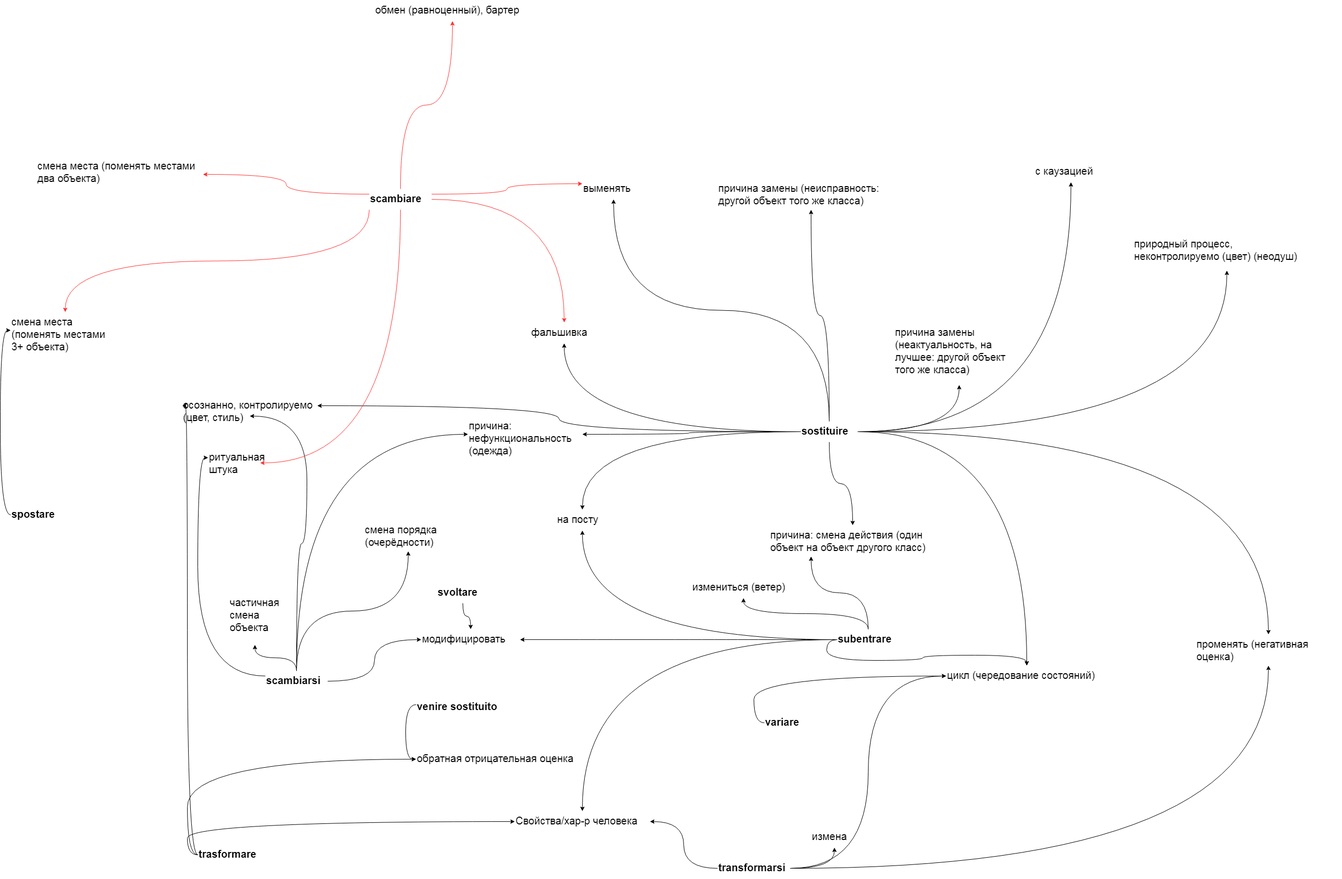
Before: обмен3.png, a diagram exported from draw.io (JanaKoko/try). Source tidied: cells renumbered, new cells last; positions are measured from the earlier drawing's top-left corner, leaving out a move shared by most shapes.
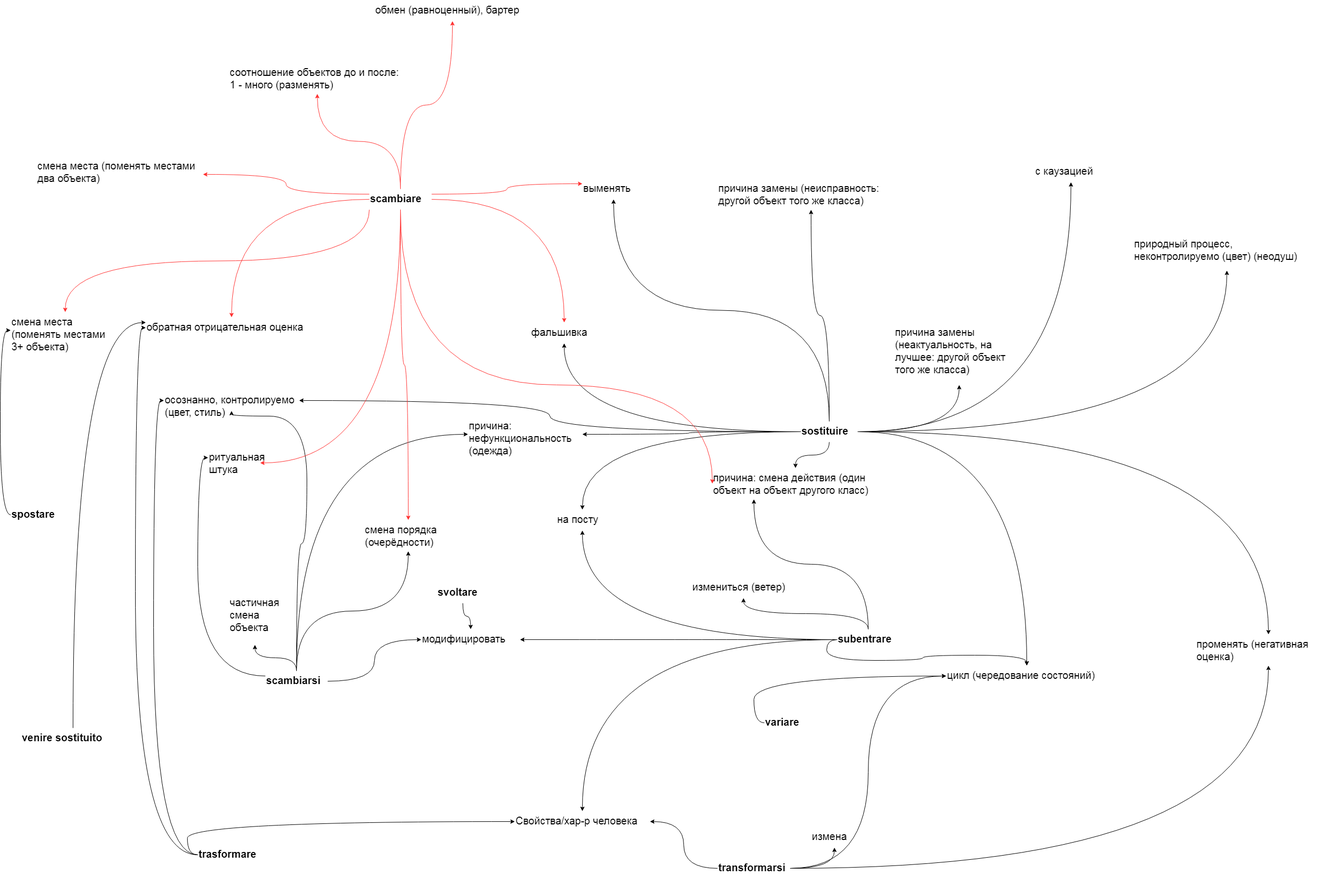
Later version of the same file.

What changed in the source:
```diff
@@ -2,14 +2,14 @@
   <root>
     <mxCell id="0" />
     <mxCell id="1" parent="0" />
-    <mxCell id="2" style="edgeStyle=orthogonalEdgeStyle;rounded=0;jettySize=auto;html=1;entryX=0;entryY=0.5;entryDx=0;entryDy=0;fontSize=20;curved=1;exitX=0;exitY=0.5;exitDx=0;exitDy=0;" parent="1" edge="1" source="3" target="4">
+    <mxCell id="2" style="edgeStyle=orthogonalEdgeStyle;curved=1;rounded=0;jettySize=auto;html=1;exitX=0.5;exitY=0;exitDx=0;exitDy=0;entryX=0;entryY=0.25;entryDx=0;entryDy=0;strokeColor=#000000;fontSize=20;" parent="1" edge="1" source="3" target="4">
       <mxGeometry relative="1" as="geometry" />
     </mxCell>
     <mxCell id="3" value="venire sostituito" style="text;whiteSpace=wrap;html=1;fontSize=20;fontStyle=1;" parent="1" vertex="1">
-      <mxGeometry x="780" y="1340" width="200" height="30" as="geometry" />
+      <mxGeometry x="20" y="1400" width="200" height="30" as="geometry" />
     </mxCell>
     <mxCell id="4" value="обратная отрицательная оценка" style="text;whiteSpace=wrap;html=1;fontSize=20;" parent="1" vertex="1">
-      <mxGeometry x="780" y="1440" width="330" height="40" as="geometry" />
+      <mxGeometry x="260" y="610" width="330" height="40" as="geometry" />
     </mxCell>
     <mxCell id="5" style="edgeStyle=orthogonalEdgeStyle;curved=1;rounded=0;jettySize=auto;html=1;exitX=0;exitY=0.5;exitDx=0;exitDy=0;entryX=0;entryY=0.5;entryDx=0;entryDy=0;fontSize=20;" parent="1" edge="1" source="6" target="7">
       <mxGeometry relative="1" as="geometry" />
@@ -33,7 +33,7 @@
       <mxGeometry x="360" y="1624" width="130" height="40" as="geometry" />
     </mxCell>
     <mxCell id="12" value="осознанно, контролируемо (цвет, стиль)" style="text;whiteSpace=wrap;html=1;fontSize=20;" parent="1" vertex="1">
-      <mxGeometry x="330" y="760" width="260" height="40" as="geometry" />
+      <mxGeometry x="295" y="750" width="260" height="40" as="geometry" />
     </mxCell>
     <mxCell id="13" value="Свойства/хар-р человека" style="text;whiteSpace=wrap;html=1;fontSize=20;" parent="1" vertex="1">
       <mxGeometry x="970" y="1560" width="260" height="40" as="geometry" />
@@ -93,7 +93,7 @@
       <mxGeometry x="1050" y="980" width="100" height="40" as="geometry" />
     </mxCell>
     <mxCell id="32" value="причина: смена действия (один объект на объект другого класс)" style="text;whiteSpace=wrap;html=1;fontSize=20;" parent="1" vertex="1">
-      <mxGeometry x="1460" y="1010" width="320" height="60" as="geometry" />
+      <mxGeometry x="1350" y="900" width="320" height="60" as="geometry" />
     </mxCell>
     <mxCell id="33" value="измениться (ветер)" style="text;whiteSpace=wrap;html=1;fontSize=20;" parent="1" vertex="1">
       <mxGeometry x="1310" y="1110" width="200" height="40" as="geometry" />
@@ -223,6 +223,23 @@
     <mxCell id="72" style="edgeStyle=orthogonalEdgeStyle;curved=1;rounded=0;jettySize=auto;html=1;entryX=1;entryY=0.75;entryDx=0;entryDy=0;fontSize=20;exitX=0.5;exitY=1;exitDx=0;exitDy=0;strokeColor=#FF3333;" parent="1" edge="1" source="73" target="64">
       <mxGeometry relative="1" as="geometry" />
     </mxCell>
+    <mxCell id="76" style="edgeStyle=orthogonalEdgeStyle;curved=1;rounded=0;jettySize=auto;html=1;exitX=0.5;exitY=1;exitDx=0;exitDy=0;entryX=0;entryY=0.5;entryDx=0;entryDy=0;strokeColor=#FF3333;fontSize=20;" parent="1" edge="1" source="73" target="32">
+      <mxGeometry relative="1" as="geometry">
+        <Array as="points">
+          <mxPoint x="750" y="740" />
+          <mxPoint x="1350" y="740" />
+        </Array>
+      </mxGeometry>
+    </mxCell>
+    <mxCell id="77" style="edgeStyle=orthogonalEdgeStyle;curved=1;rounded=0;jettySize=auto;html=1;entryX=0.5;entryY=0;entryDx=0;entryDy=0;strokeColor=#FF3333;fontSize=20;" parent="1" edge="1" source="73" target="4">
+      <mxGeometry relative="1" as="geometry" />
+    </mxCell>
+    <mxCell id="78" style="edgeStyle=orthogonalEdgeStyle;curved=1;rounded=0;jettySize=auto;html=1;entryX=0.5;entryY=1;entryDx=0;entryDy=0;strokeColor=#FF3333;fontSize=20;" parent="1" edge="1" source="73" target="80">
+      <mxGeometry relative="1" as="geometry" />
+    </mxCell>
+    <mxCell id="79" style="edgeStyle=orthogonalEdgeStyle;curved=1;rounded=0;jettySize=auto;html=1;entryX=0.5;entryY=0;entryDx=0;entryDy=0;strokeColor=#FF3333;fontSize=20;" parent="1" edge="1" source="73" target="65">
+      <mxGeometry relative="1" as="geometry" />
+    </mxCell>
     <mxCell id="73" value="scambiare" style="text;whiteSpace=wrap;html=1;fontSize=20;fontStyle=1;" parent="1" vertex="1">
       <mxGeometry x="690" y="363" width="120" height="40" as="geometry" />
     </mxCell>
@@ -232,5 +249,8 @@
     <mxCell id="75" value="смена места (поменять местами два объекта)" style="text;whiteSpace=wrap;html=1;fontSize=20;" parent="1" vertex="1">
       <mxGeometry x="50" y="300" width="320" height="70" as="geometry" />
     </mxCell>
+    <mxCell id="80" value="соотношение объектов до и после: 1 - много (разменять)" style="text;whiteSpace=wrap;html=1;fontSize=20;" parent="1" vertex="1">
+      <mxGeometry x="420" y="120" width="340" height="60" as="geometry" />
+    </mxCell>
   </root>
 </mxGraphModel>
```
